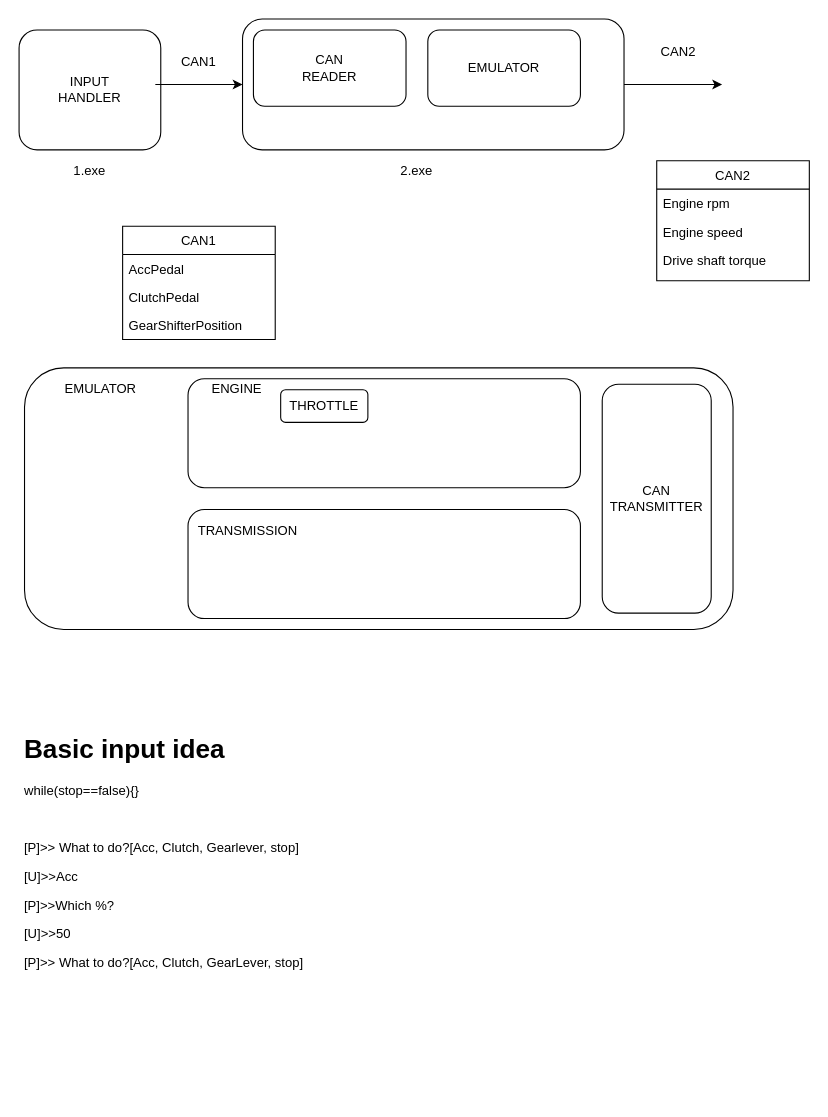
The draw.io diagram page "Page-1" (1 of 2) of Requirements/FirstBrainstorm.drawio in yongsenliu/Ramone, before the edit. Source tidied: cells renumbered, new cells numbered last; positions are measured from the earlier drawing's top-left corner, leaving out a move shared by most shapes. Both pictures are drawn from the tidied source at 109%, with x=0, y=0 at pixel (19, 19).
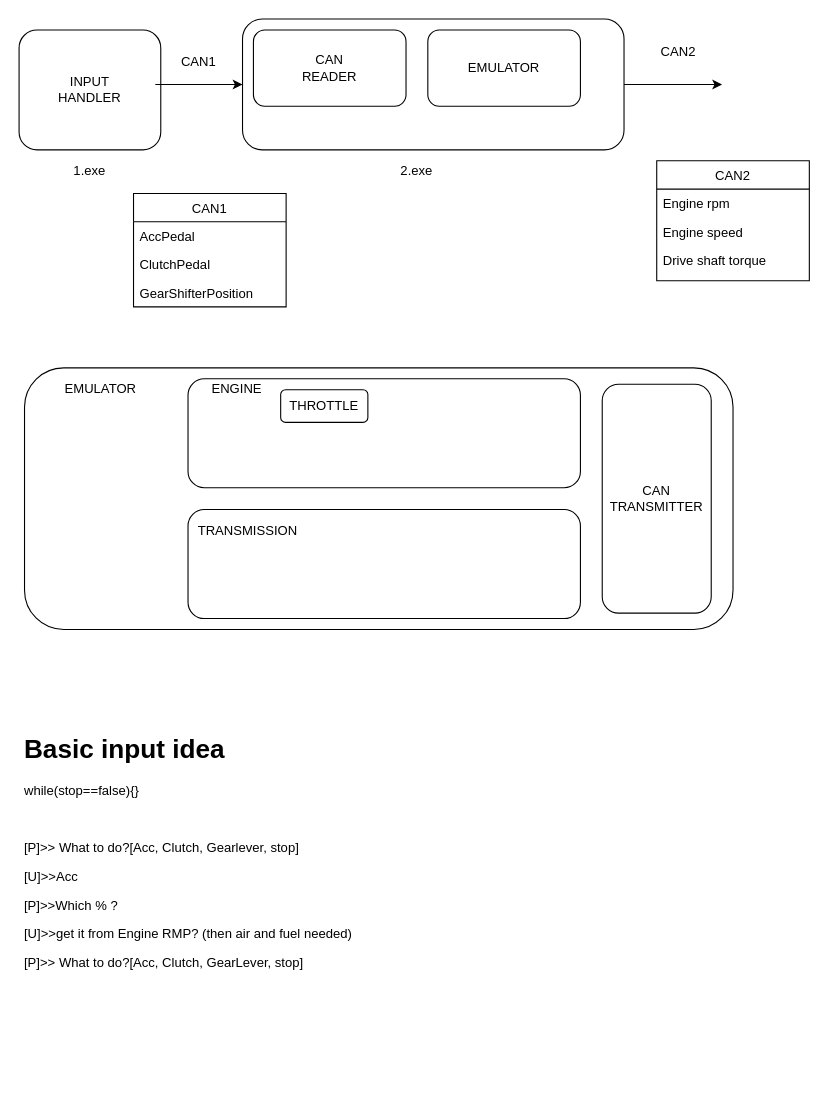
The same page after the edit.

Commit message (it also covers changes not shown here):
user input diagram

Change to the diagram source:
```diff
@@
     <mxCell id="12" value="CAN1" style="swimlane;fontStyle=0;horizontal=1;startSize=26;" parent="1" vertex="1">
-      <mxGeometry x="95" y="190" width="140" height="104" as="geometry" />
+      <mxGeometry x="105" y="160" width="140" height="104" as="geometry" />
     </mxCell>
@@
-    <mxCell id="30" value="&lt;h1&gt;Basic input idea&lt;/h1&gt;&lt;p&gt;while(stop==false){}&lt;/p&gt;&lt;p&gt;&lt;br&gt;&lt;/p&gt;&lt;p&gt;[P]&amp;gt;&amp;gt; What to do?[Acc, Clutch, Gearlever, stop]&lt;/p&gt;&lt;p&gt;[U]&amp;gt;&amp;gt;Acc&lt;/p&gt;&lt;p&gt;[P]&amp;gt;&amp;gt;Which %?&lt;/p&gt;&lt;p&gt;[U]&amp;gt;&amp;gt;50&lt;/p&gt;&lt;p&gt;[P]&amp;gt;&amp;gt; What to do?[Acc, Clutch, GearLever, stop]&lt;/p&gt;&lt;p&gt;&lt;br&gt;&lt;/p&gt;" style="text;html=1;strokeColor=none;fillColor=none;spacing=5;spacingTop=-20;whiteSpace=wrap;overflow=hidden;rounded=0;" parent="1" vertex="1">
+    <mxCell id="30" value="&lt;h1&gt;Basic input idea&lt;/h1&gt;&lt;p&gt;while(stop==false){}&lt;/p&gt;&lt;p&gt;&lt;br&gt;&lt;/p&gt;&lt;p&gt;[P]&amp;gt;&amp;gt; What to do?[Acc, Clutch, Gearlever, stop]&lt;/p&gt;&lt;p&gt;[U]&amp;gt;&amp;gt;Acc&lt;/p&gt;&lt;p&gt;[P]&amp;gt;&amp;gt;Which % ?&lt;/p&gt;&lt;p&gt;[U]&amp;gt;&amp;gt;get it from Engine RMP? (then air and fuel needed)&lt;/p&gt;&lt;p&gt;[P]&amp;gt;&amp;gt; What to do?[Acc, Clutch, GearLever, stop]&lt;/p&gt;&lt;p&gt;&lt;br&gt;&lt;/p&gt;" style="text;html=1;strokeColor=none;fillColor=none;spacing=5;spacingTop=-20;whiteSpace=wrap;overflow=hidden;rounded=0;" parent="1" vertex="1">
       <mxGeometry y="650" width="360" height="340" as="geometry" />
     </mxCell>
```
